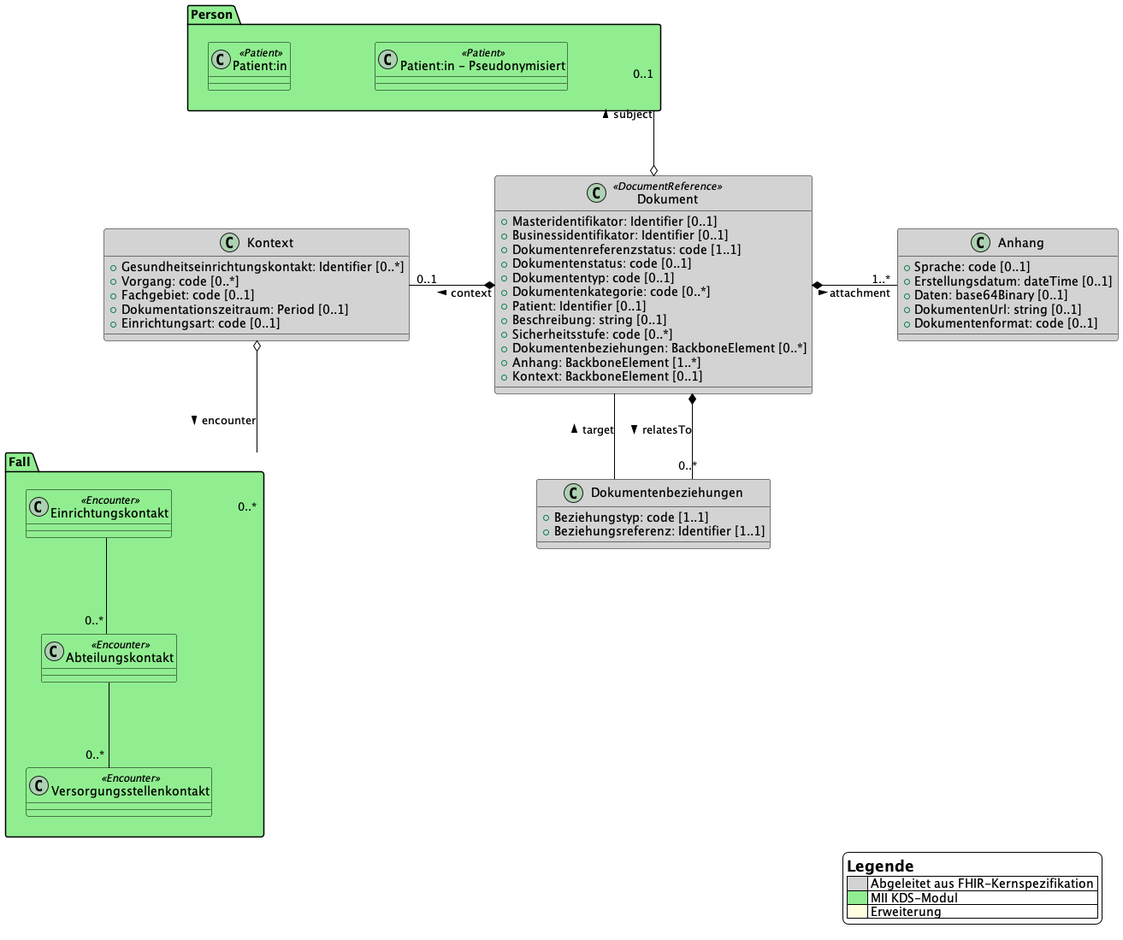
The PlantUML diagram input/plantuml/Informationsmodell.png in forschungsgruppe-digital-health/mii-kds-dokument-ig-inoffiziell, before a commit.
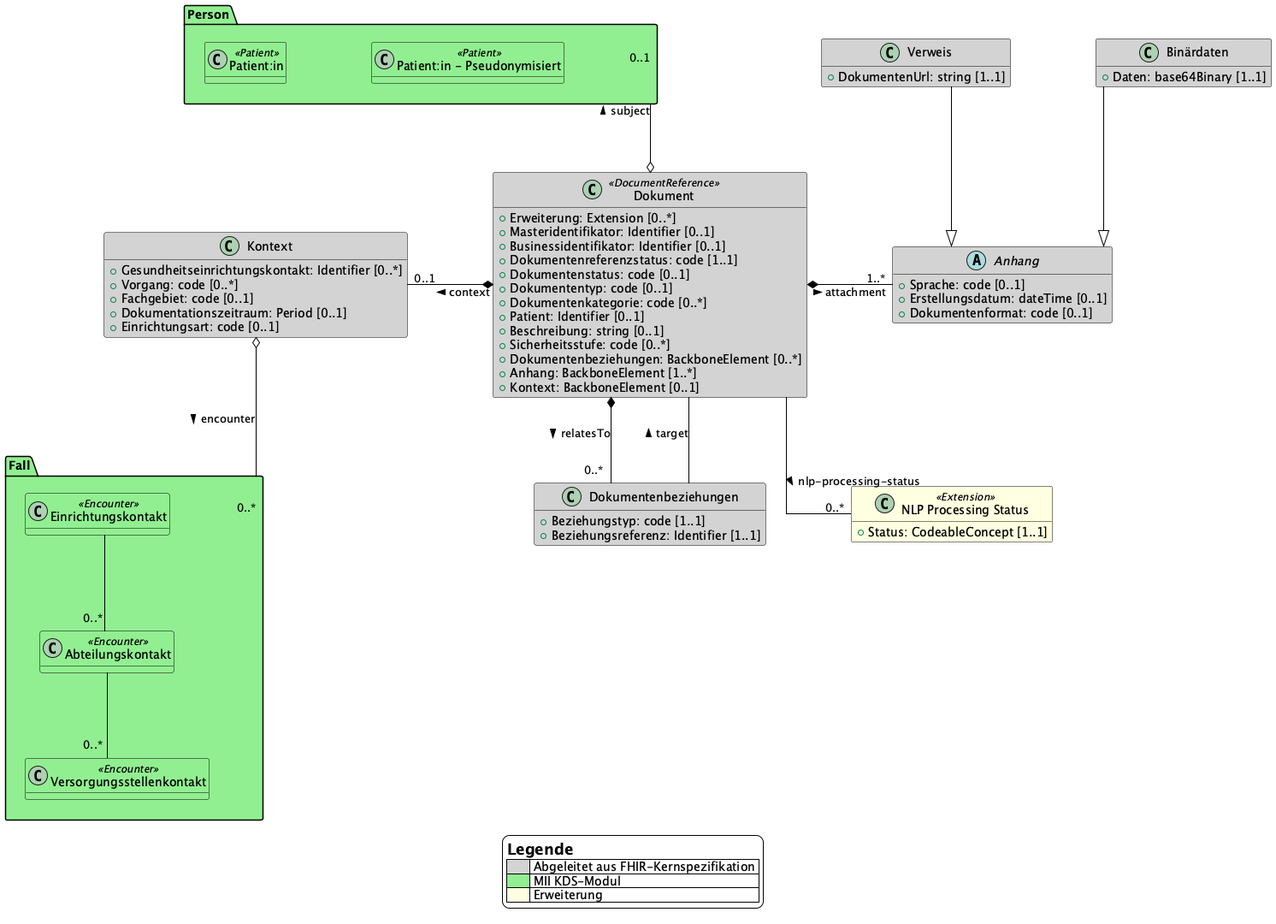
Above is the later version.

The edit, as a diff of the source:
```diff
@@ -1,4 +1,4 @@
-@startuml "Informationsmodell Kerndatensatzmodul Dokument"
+@startuml "Informationsmodell"
 
 skinparam Linetype ortho
 skinparam Nodesep 100
@@ -9,8 +9,9 @@
 skinparam ClassFontColor #Black
 skinparam ArrowColor #Black
 skinparam Shadowing false
+hide methods
 
-legend bottom right
+legend bottom
     = Legende
     |<#LightGray>      | Abgeleitet aus FHIR-Kernspezifikation |
     |<#LightGreen>     | MII KDS-Modul |
@@ -29,6 +30,7 @@
 }
 
 class Dokument <<DocumentReference>> {
+    + {field} Erweiterung: Extension [0..*]
     + {field} Masteridentifikator: Identifier [0..1]
     + {field} Businessidentifikator: Identifier [0..1]
     + {field} Dokumentenreferenzstatus: code [1..1]
@@ -41,6 +43,10 @@
     + {field} Dokumentenbeziehungen: BackboneElement [0..*]
     + {field} Anhang: BackboneElement [1..*]
     + {field} Kontext: BackboneElement [0..1]
+}
+
+class NlpProcessingStatus as "NLP Processing Status" <<Extension>> #LightYellow {
+    + {field} Status: CodeableConcept [1..1]
 }
 
 class Dokumentenbeziehungen {
@@ -56,18 +62,27 @@
     + {field} Einrichtungsart: code [0..1]
 }
 
-class Anhang {
+abstract class Anhang {
     + {field} Sprache: code [0..1]
     + {field} Erstellungsdatum: dateTime [0..1]
-    + {field} Daten: base64Binary [0..1]
-    + {field} DokumentenUrl: string [0..1]
     + {field} Dokumentenformat: code [0..1]
 }
 
-Dokument *- "1..*" Anhang: attachment >
+class Binärdaten {
+    + {field} Daten: base64Binary [1..1]
+}
+
+class Verweis {
+    + {field} DokumentenUrl: string [1..1]
+}
+
+Dokument -d- "0..*" NlpProcessingStatus: nlp-processing-status >
+Dokument *-r- "1..*" Anhang: attachment >
 Dokument *-l- "0..1" Kontext: context >
-Dokument *-- "0..*" Dokumentenbeziehungen: relatesTo >
+Dokument *-d- "0..*" Dokumentenbeziehungen: relatesTo >
 Dokument o-u- "0..1" Person: subject >
+Anhang <|-u- Binärdaten
+Anhang <|-u- Verweis
 Dokumentenbeziehungen -- Dokument: target >
 Kontext o-d- "0..*" Fall: encounter >
 Einrichtungskontakt -- "0..*" Abteilungskontakt
```
